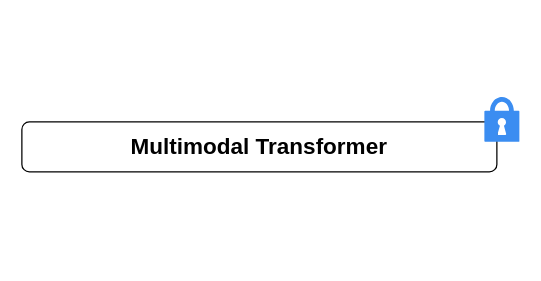
Before: accv.drawio in Boris-Jobs/draw.io, a draw.io diagram. Source tidied: cells renumbered, new cells numbered last; positions are measured from the earlier drawing's top-left corner, leaving out a move shared by most shapes. Both pictures are drawn from the tidied source at 125%, with x=0, y=0 at pixel (21, 96). Pictures stored in the file or linked from it are replaced by grey dashed boxes.
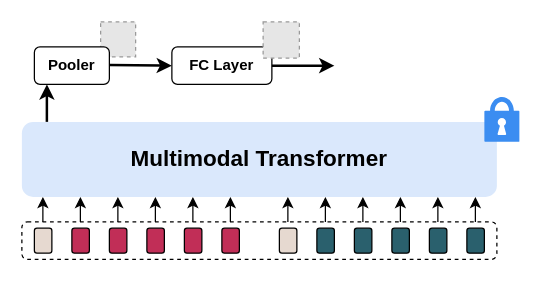
Above is the later version.

Diff of the diagram source:
```diff
@@
-    <mxCell id="2" value="Multimodal Transformer" style="rounded=1;whiteSpace=wrap;html=1;fontFamily=Helvetica;fontStyle=1;fontSize=18;" parent="1" vertex="1">
-      <mxGeometry y="20" width="380" height="40" as="geometry" />
+    <mxCell id="2" value="Multimodal Transformer" style="rounded=1;whiteSpace=wrap;html=1;fontFamily=Helvetica;fontStyle=1;fontSize=18;fillColor=#dae8fc;strokeColor=none;" parent="1" vertex="1">
+      <mxGeometry y="20" width="380" height="60" as="geometry" />
     </mxCell>
@@
+    <mxCell id="4" style="rounded=1;whiteSpace=wrap;html=1;dashed=1;" parent="1" vertex="1">
+      <mxGeometry y="100" width="380" height="30" as="geometry" />
+    </mxCell>
+    <mxCell id="5" style="fillColor=#E6E6E6;strokeColor=#999999;dashed=1;html=1;verticalAlign=top;verticalLabelPosition=bottom;labelBackgroundColor=#ffffff;" parent="1" vertex="1">
+      <mxGeometry x="63" y="-60" width="28" height="28" as="geometry" />
+    </mxCell>
+    <mxCell id="6" style="rounded=1;whiteSpace=wrap;html=1;fillColor=#c12e57;strokeColor=#000000;" parent="1" vertex="1">
+      <mxGeometry x="130" y="105" width="14" height="20" as="geometry" />
+    </mxCell>
+    <mxCell id="7" style="rounded=1;whiteSpace=wrap;html=1;fillColor=#e6d9d0;strokeColor=#000000;" parent="1" vertex="1">
+      <mxGeometry x="10" y="105" width="14" height="20" as="geometry" />
+    </mxCell>
+    <mxCell id="8" style="rounded=1;whiteSpace=wrap;html=1;fillColor=#c12e57;strokeColor=#000000;" parent="1" vertex="1">
+      <mxGeometry x="70" y="105" width="14" height="20" as="geometry" />
+    </mxCell>
+    <mxCell id="9" style="rounded=1;whiteSpace=wrap;html=1;fillColor=#c12e57;strokeColor=#000000;" parent="1" vertex="1">
+      <mxGeometry x="40" y="105" width="14" height="20" as="geometry" />
+    </mxCell>
+    <mxCell id="10" style="rounded=1;whiteSpace=wrap;html=1;fillColor=#c12e57;strokeColor=#000000;" parent="1" vertex="1">
+      <mxGeometry x="100" y="105" width="14" height="20" as="geometry" />
+    </mxCell>
+    <mxCell id="11" style="rounded=1;whiteSpace=wrap;html=1;fillColor=#c12e57;strokeColor=#000000;" parent="1" vertex="1">
+      <mxGeometry x="160" y="105" width="14" height="20" as="geometry" />
+    </mxCell>
+    <mxCell id="12" style="rounded=1;whiteSpace=wrap;html=1;strokeColor=#000000;fillColor=#e6d9d0;" parent="1" vertex="1">
+      <mxGeometry x="206" y="105" width="14" height="20" as="geometry" />
+    </mxCell>
+    <mxCell id="13" style="rounded=1;whiteSpace=wrap;html=1;strokeColor=#000000;fillColor=#2a606d;" parent="1" vertex="1">
+      <mxGeometry x="236" y="105" width="14" height="20" as="geometry" />
+    </mxCell>
+    <mxCell id="14" style="rounded=1;whiteSpace=wrap;html=1;strokeColor=#000000;fillColor=#2a606d;" parent="1" vertex="1">
+      <mxGeometry x="266" y="105" width="14" height="20" as="geometry" />
+    </mxCell>
+    <mxCell id="15" style="rounded=1;whiteSpace=wrap;html=1;strokeColor=#000000;fillColor=#2a606d;" parent="1" vertex="1">
+      <mxGeometry x="296" y="105" width="14" height="20" as="geometry" />
+    </mxCell>
+    <mxCell id="16" style="rounded=1;whiteSpace=wrap;html=1;strokeColor=#000000;fillColor=#2a606d;" parent="1" vertex="1">
+      <mxGeometry x="326" y="105" width="14" height="20" as="geometry" />
+    </mxCell>
+    <mxCell id="17" style="rounded=1;whiteSpace=wrap;html=1;strokeColor=#000000;fillColor=#2a606d;" parent="1" vertex="1">
+      <mxGeometry x="356" y="105" width="14" height="20" as="geometry" />
+    </mxCell>
+    <mxCell id="18" style="endArrow=classic;html=1;rounded=0;strokeWidth=2;" parent="1" edge="1">
+      <mxGeometry relative="1" as="geometry">
+        <mxPoint x="20" y="20" as="sourcePoint" />
+        <mxPoint x="20" y="-10" as="targetPoint" />
+        <Array as="points">
+          <mxPoint x="20" y="-10" />
+        </Array>
+      </mxGeometry>
+    </mxCell>
+    <mxCell id="19" value="Pooler" style="rounded=1;whiteSpace=wrap;html=1;fontStyle=1;" parent="1" vertex="1">
+      <mxGeometry x="10" y="-40" width="60" height="30" as="geometry" />
+    </mxCell>
+    <mxCell id="20" style="endArrow=classic;html=1;rounded=0;strokeWidth=2;" parent="1" edge="1">
+      <mxGeometry relative="1" as="geometry">
+        <mxPoint x="70" y="-25.5" as="sourcePoint" />
+        <mxPoint x="120" y="-25" as="targetPoint" />
+      </mxGeometry>
+    </mxCell>
+    <mxCell id="21" value="FC Layer" style="rounded=1;whiteSpace=wrap;html=1;fontStyle=1;" parent="1" vertex="1">
+      <mxGeometry x="120" y="-40" width="80" height="30" as="geometry" />
+    </mxCell>
+    <mxCell id="22" style="endArrow=classic;html=1;rounded=0;exitX=1;exitY=0.5;exitDx=0;exitDy=0;strokeWidth=2;" parent="1" edge="1" source="21">
+      <mxGeometry relative="1" as="geometry">
+        <mxPoint x="250" y="-25" as="targetPoint" />
+      </mxGeometry>
+    </mxCell>
+    <mxCell id="23" style="fillColor=#E6E6E6;strokeColor=#999999;dashed=1;html=1;verticalAlign=top;verticalLabelPosition=bottom;labelBackgroundColor=#ffffff;" parent="1" vertex="1">
+      <mxGeometry x="193" y="-60" width="29" height="29" as="geometry" />
+    </mxCell>
+    <mxCell id="24" style="endArrow=classic;html=1;rounded=0;entryX=0.045;entryY=1.001;entryDx=0;entryDy=0;exitX=0.045;exitY=-0.003;exitDx=0;exitDy=0;entryPerimeter=0;targetPerimeterSpacing=0;exitPerimeter=0;" parent="1" edge="1">
+      <mxGeometry relative="1" as="geometry">
+        <mxPoint x="46.8" y="100" as="sourcePoint" />
+        <mxPoint x="46.8" y="80" as="targetPoint" />
+      </mxGeometry>
+    </mxCell>
+    <mxCell id="25" style="endArrow=classic;html=1;rounded=0;entryX=0.045;entryY=1.001;entryDx=0;entryDy=0;exitX=0.045;exitY=-0.003;exitDx=0;exitDy=0;entryPerimeter=0;targetPerimeterSpacing=0;exitPerimeter=0;" parent="1" edge="1">
+      <mxGeometry relative="1" as="geometry">
+        <mxPoint x="16.8" y="100" as="sourcePoint" />
+        <mxPoint x="16.8" y="80" as="targetPoint" />
+      </mxGeometry>
+    </mxCell>
+    <mxCell id="26" style="endArrow=classic;html=1;rounded=0;entryX=0.045;entryY=1.001;entryDx=0;entryDy=0;exitX=0.045;exitY=-0.003;exitDx=0;exitDy=0;entryPerimeter=0;targetPerimeterSpacing=0;exitPerimeter=0;" parent="1" edge="1">
+      <mxGeometry relative="1" as="geometry">
+        <mxPoint x="76.8" y="100" as="sourcePoint" />
+        <mxPoint x="76.8" y="80" as="targetPoint" />
+      </mxGeometry>
+    </mxCell>
+    <mxCell id="27" style="endArrow=classic;html=1;rounded=0;entryX=0.045;entryY=1.001;entryDx=0;entryDy=0;exitX=0.045;exitY=-0.003;exitDx=0;exitDy=0;entryPerimeter=0;targetPerimeterSpacing=0;exitPerimeter=0;" parent="1" edge="1">
+      <mxGeometry relative="1" as="geometry">
+        <mxPoint x="106.8" y="100" as="sourcePoint" />
+        <mxPoint x="106.8" y="80" as="targetPoint" />
+      </mxGeometry>
+    </mxCell>
+    <mxCell id="28" style="endArrow=classic;html=1;rounded=0;entryX=0.045;entryY=1.001;entryDx=0;entryDy=0;exitX=0.045;exitY=-0.003;exitDx=0;exitDy=0;entryPerimeter=0;targetPerimeterSpacing=0;exitPerimeter=0;" parent="1" edge="1">
+      <mxGeometry relative="1" as="geometry">
+        <mxPoint x="136.8" y="100" as="sourcePoint" />
+        <mxPoint x="136.8" y="80" as="targetPoint" />
+      </mxGeometry>
+    </mxCell>
+    <mxCell id="29" style="endArrow=classic;html=1;rounded=0;entryX=0.045;entryY=1.001;entryDx=0;entryDy=0;exitX=0.045;exitY=-0.003;exitDx=0;exitDy=0;entryPerimeter=0;targetPerimeterSpacing=0;exitPerimeter=0;" parent="1" edge="1">
+      <mxGeometry relative="1" as="geometry">
+        <mxPoint x="166.8" y="100" as="sourcePoint" />
+        <mxPoint x="166.8" y="80" as="targetPoint" />
+      </mxGeometry>
+    </mxCell>
+    <mxCell id="30" style="endArrow=classic;html=1;rounded=0;entryX=0.045;entryY=1.001;entryDx=0;entryDy=0;exitX=0.045;exitY=-0.003;exitDx=0;exitDy=0;entryPerimeter=0;targetPerimeterSpacing=0;exitPerimeter=0;" parent="1" edge="1">
+      <mxGeometry relative="1" as="geometry">
+        <mxPoint x="212.8" y="100" as="sourcePoint" />
+        <mxPoint x="212.8" y="80" as="targetPoint" />
+      </mxGeometry>
+    </mxCell>
+    <mxCell id="31" style="endArrow=classic;html=1;rounded=0;entryX=0.045;entryY=1.001;entryDx=0;entryDy=0;exitX=0.045;exitY=-0.003;exitDx=0;exitDy=0;entryPerimeter=0;targetPerimeterSpacing=0;exitPerimeter=0;" parent="1" edge="1">
+      <mxGeometry relative="1" as="geometry">
+        <mxPoint x="242.8" y="100" as="sourcePoint" />
+        <mxPoint x="242.8" y="80" as="targetPoint" />
+      </mxGeometry>
+    </mxCell>
+    <mxCell id="32" style="endArrow=classic;html=1;rounded=0;entryX=0.045;entryY=1.001;entryDx=0;entryDy=0;exitX=0.045;exitY=-0.003;exitDx=0;exitDy=0;entryPerimeter=0;targetPerimeterSpacing=0;exitPerimeter=0;" parent="1" edge="1">
+      <mxGeometry relative="1" as="geometry">
+        <mxPoint x="272.8" y="100" as="sourcePoint" />
+        <mxPoint x="272.8" y="80" as="targetPoint" />
+      </mxGeometry>
+    </mxCell>
+    <mxCell id="33" style="endArrow=classic;html=1;rounded=0;entryX=0.045;entryY=1.001;entryDx=0;entryDy=0;exitX=0.045;exitY=-0.003;exitDx=0;exitDy=0;entryPerimeter=0;targetPerimeterSpacing=0;exitPerimeter=0;" parent="1" edge="1">
+      <mxGeometry relative="1" as="geometry">
+        <mxPoint x="302.8" y="100" as="sourcePoint" />
+        <mxPoint x="302.8" y="80" as="targetPoint" />
+      </mxGeometry>
+    </mxCell>
+    <mxCell id="34" style="endArrow=classic;html=1;rounded=0;entryX=0.045;entryY=1.001;entryDx=0;entryDy=0;exitX=0.045;exitY=-0.003;exitDx=0;exitDy=0;entryPerimeter=0;targetPerimeterSpacing=0;exitPerimeter=0;" parent="1" edge="1">
+      <mxGeometry relative="1" as="geometry">
+        <mxPoint x="332.8" y="100" as="sourcePoint" />
+        <mxPoint x="332.8" y="80" as="targetPoint" />
+      </mxGeometry>
+    </mxCell>
+    <mxCell id="35" style="endArrow=classic;html=1;rounded=0;entryX=0.045;entryY=1.001;entryDx=0;entryDy=0;exitX=0.045;exitY=-0.003;exitDx=0;exitDy=0;entryPerimeter=0;targetPerimeterSpacing=0;exitPerimeter=0;" parent="1" edge="1">
+      <mxGeometry relative="1" as="geometry">
+        <mxPoint x="362.8" y="100" as="sourcePoint" />
+        <mxPoint x="362.8" y="80" as="targetPoint" />
+      </mxGeometry>
+    </mxCell>
```
